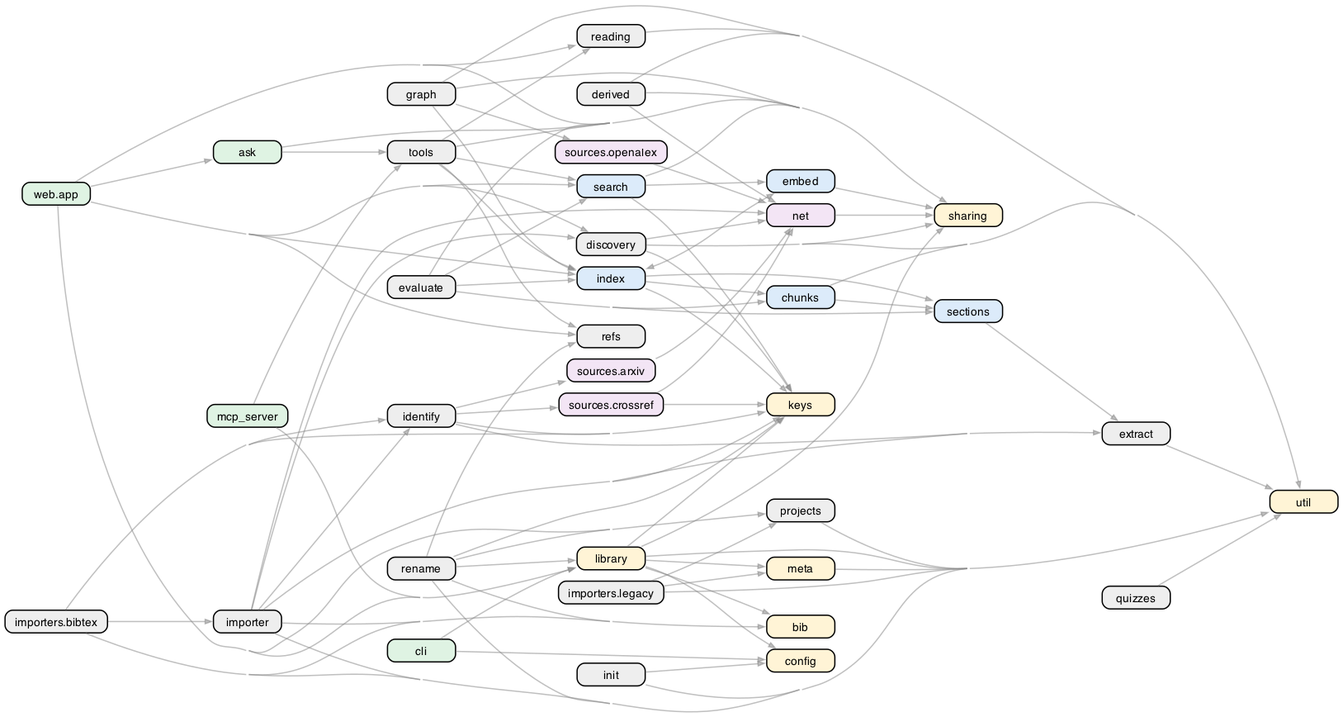
This is docs/architecture/diagrams/modules.png from markmuetz/litnav, a Graphviz export, as it was before one commit. Its source is kept beside it as docs/architecture/diagrams/modules.dot.
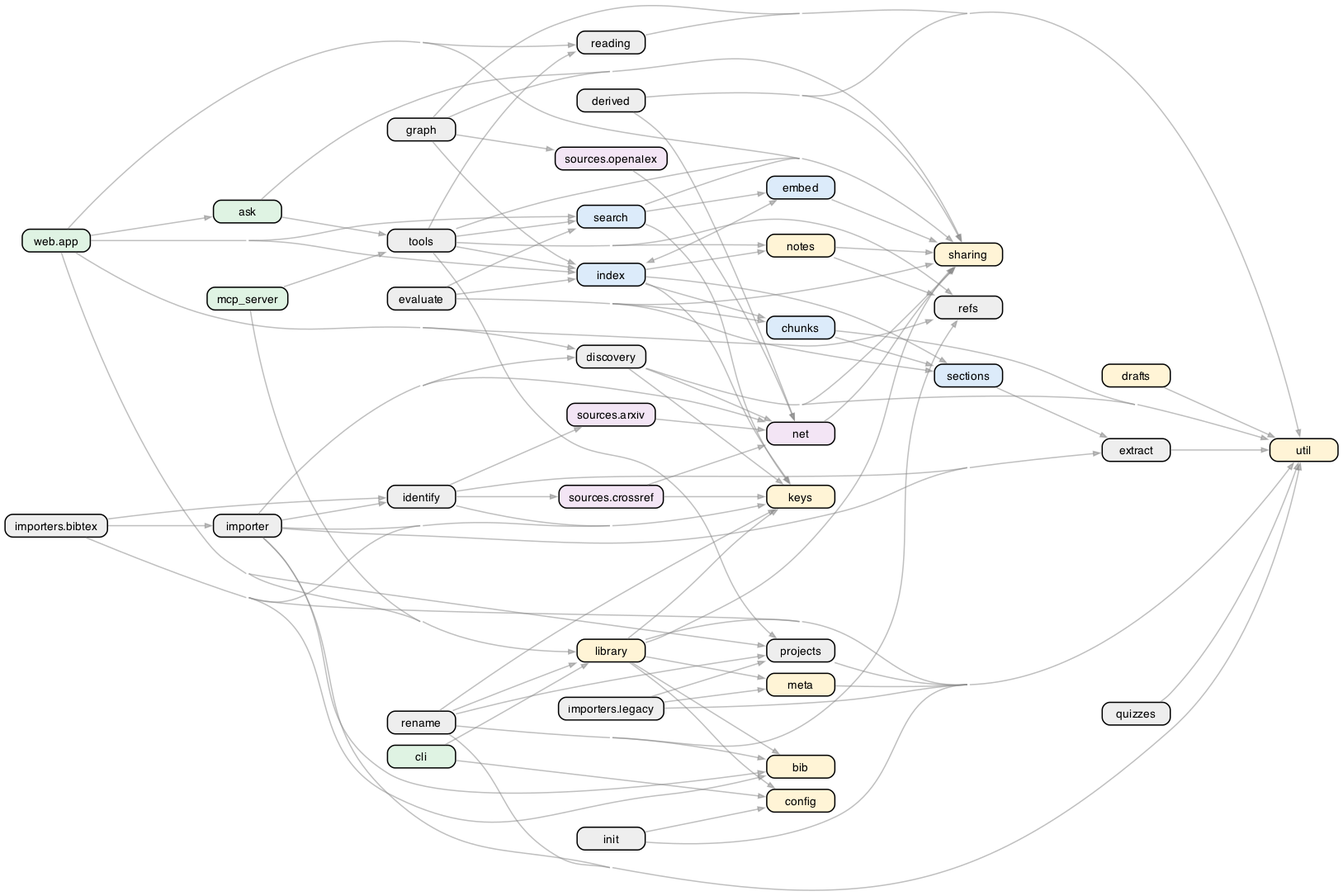
The same file after the commit.

Change to the diagram source:
```diff
@@ -8,6 +8,7 @@
  "config" [fillcolor="#FFF4D6"];
  "derived" [fillcolor="#EEEEEE"];
  "discovery" [fillcolor="#EEEEEE"];
+ "drafts" [fillcolor="#FFF4D6"];
  "embed" [fillcolor="#DCEBFA"];
  "evaluate" [fillcolor="#EEEEEE"];
  "extract" [fillcolor="#EEEEEE"];
@@ -23,6 +24,7 @@
  "mcp_server" [fillcolor="#DFF3E3"];
  "meta" [fillcolor="#FFF4D6"];
  "net" [fillcolor="#F3E5F5"];
+ "notes" [fillcolor="#FFF4D6"];
  "projects" [fillcolor="#EEEEEE"];
  "quizzes" [fillcolor="#EEEEEE"];
  "reading" [fillcolor="#EEEEEE"];
@@ -50,6 +52,7 @@
  "discovery" -> "net";
  "discovery" -> "sharing";
  "discovery" -> "util";
+ "drafts" -> "util";
  "embed" -> "index";
  "embed" -> "sharing";
  "evaluate" -> "chunks";
@@ -84,6 +87,7 @@
  "index" -> "chunks";
  "index" -> "embed";
  "index" -> "keys";
+ "index" -> "notes";
  "index" -> "sections";
  "init" -> "config";
  "init" -> "util";
@@ -97,6 +101,8 @@
  "mcp_server" -> "tools";
  "meta" -> "util";
  "net" -> "sharing";
+ "notes" -> "refs";
+ "notes" -> "sharing";
  "projects" -> "util";
  "quizzes" -> "util";
  "reading" -> "util";
@@ -115,6 +121,8 @@
  "sources.crossref" -> "net";
  "sources.openalex" -> "net";
  "tools" -> "index";
+ "tools" -> "notes";
+ "tools" -> "projects";
  "tools" -> "reading";
  "tools" -> "refs";
  "tools" -> "search";
```
